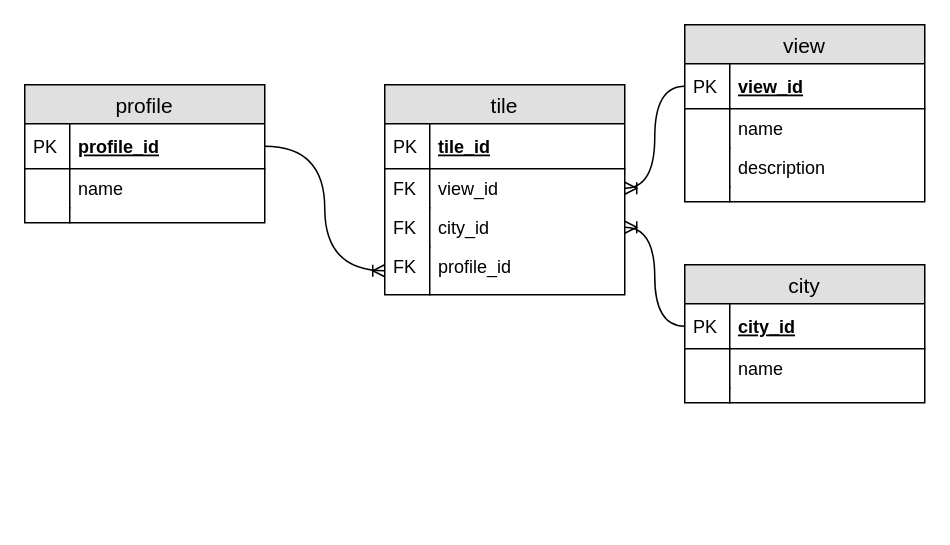
Above: docs/final_er.drawio in dmacc-csl/cis164-f19-team-b (draw.io), before the change. Source tidied: cells renumbered, new cells numbered last; positions are measured from the earlier drawing's top-left corner, leaving out a move shared by most shapes. Both pictures are drawn from the tidied source at 150%, with x=0, y=0 at pixel (24, 24).
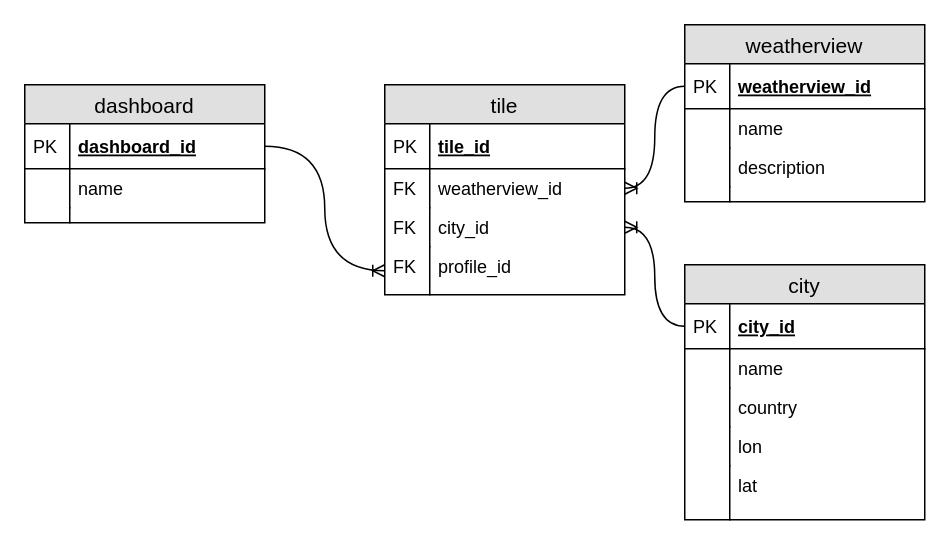
The same page after the edit.

The change refers to these unchanged cells:
```xml
<mxCell id="18" value="tile" style="swimlane;fontStyle=0;horizontal=1;startSize=26;fillColor=#e0e0e0;swimlaneFillColor=#ffffff;align=center;fontSize=14;" parent="1" vertex="1">
  <mxGeometry x="240" y="40" width="160" height="140" as="geometry" />
</mxCell>
```

What changed in the source:
```diff
@@
-    <mxCell id="2" value="view" style="swimlane;fontStyle=0;horizontal=1;startSize=26;fillColor=#e0e0e0;swimlaneFillColor=#ffffff;align=center;fontSize=14;" parent="1" vertex="1">
+    <mxCell id="2" value="weatherview" style="swimlane;fontStyle=0;horizontal=1;startSize=26;fillColor=#e0e0e0;swimlaneFillColor=#ffffff;align=center;fontSize=14;" parent="1" vertex="1">
       <mxGeometry x="440" width="160" height="118" as="geometry" />
     </mxCell>
-    <mxCell id="3" value="view_id" style="shape=partialRectangle;top=0;left=0;right=0;bottom=1;align=left;verticalAlign=middle;fillColor=none;spacingLeft=34;spacingRight=4;overflow=hidden;points=[[0,0.5],[1,0.5]];portConstraint=eastwest;fontStyle=5;fontSize=12;" parent="2" vertex="1">
+    <mxCell id="3" value="weatherview_id" style="shape=partialRectangle;top=0;left=0;right=0;bottom=1;align=left;verticalAlign=middle;fillColor=none;spacingLeft=34;spacingRight=4;overflow=hidden;points=[[0,0.5],[1,0.5]];portConstraint=eastwest;fontStyle=5;fontSize=12;" parent="2" vertex="1">
       <mxGeometry y="26" width="160" height="30" as="geometry" />
     </mxCell>
@@
     <mxCell id="11" value="city" style="swimlane;fontStyle=0;horizontal=1;startSize=26;fillColor=#e0e0e0;swimlaneFillColor=#ffffff;align=center;fontSize=14;" parent="1" vertex="1">
-      <mxGeometry x="440" y="160" width="160" height="92" as="geometry" />
+      <mxGeometry x="440" y="160" width="160" height="170" as="geometry" />
     </mxCell>
@@
-    <mxCell id="16" style="shape=partialRectangle;top=0;left=0;right=0;bottom=0;align=left;verticalAlign=top;fillColor=none;spacingLeft=34;spacingRight=4;overflow=hidden;fontSize=12;" parent="11" vertex="1">
-      <mxGeometry y="82" width="160" height="10" as="geometry" />
-    </mxCell>
-    <mxCell id="17" style="shape=partialRectangle;top=0;left=0;bottom=0;fillColor=none;align=left;verticalAlign=top;spacingLeft=4;spacingRight=4;overflow=hidden;fontSize=12;" parent="16" vertex="1">
-      <mxGeometry width="30" height="10" as="geometry" />
-    </mxCell>
+    <mxCell id="37" value="country" style="shape=partialRectangle;top=0;left=0;right=0;bottom=0;align=left;verticalAlign=top;fillColor=none;spacingLeft=34;spacingRight=4;overflow=hidden;fontSize=12;" parent="11" vertex="1">
+      <mxGeometry y="82" width="160" height="26" as="geometry" />
+    </mxCell>
+    <mxCell id="38" style="shape=partialRectangle;top=0;left=0;bottom=0;fillColor=none;align=left;verticalAlign=top;spacingLeft=4;spacingRight=4;overflow=hidden;fontSize=12;" parent="37" vertex="1">
+      <mxGeometry width="30" height="26" as="geometry" />
+    </mxCell>
+    <mxCell id="39" value="lon" style="shape=partialRectangle;top=0;left=0;right=0;bottom=0;align=left;verticalAlign=top;fillColor=none;spacingLeft=34;spacingRight=4;overflow=hidden;fontSize=12;" parent="11" vertex="1">
+      <mxGeometry y="108" width="160" height="26" as="geometry" />
+    </mxCell>
+    <mxCell id="40" style="shape=partialRectangle;top=0;left=0;bottom=0;fillColor=none;align=left;verticalAlign=top;spacingLeft=4;spacingRight=4;overflow=hidden;fontSize=12;" parent="39" vertex="1">
+      <mxGeometry width="30" height="26" as="geometry" />
+    </mxCell>
+    <mxCell id="41" value="lat" style="shape=partialRectangle;top=0;left=0;right=0;bottom=0;align=left;verticalAlign=top;fillColor=none;spacingLeft=34;spacingRight=4;overflow=hidden;fontSize=12;" parent="11" vertex="1">
+      <mxGeometry y="134" width="160" height="36" as="geometry" />
+    </mxCell>
+    <mxCell id="42" style="shape=partialRectangle;top=0;left=0;bottom=0;fillColor=none;align=left;verticalAlign=top;spacingLeft=4;spacingRight=4;overflow=hidden;fontSize=12;" parent="41" vertex="1">
+      <mxGeometry width="30" height="36" as="geometry" />
+    </mxCell>
@@
-    <mxCell id="21" value="view_id" style="shape=partialRectangle;top=0;left=0;right=0;bottom=0;align=left;verticalAlign=top;fillColor=none;spacingLeft=34;spacingRight=4;overflow=hidden;points=[[0,0.5],[1,0.5]];portConstraint=eastwest;fontSize=12;" parent="18" vertex="1">
+    <mxCell id="21" value="weatherview_id" style="shape=partialRectangle;top=0;left=0;right=0;bottom=0;align=left;verticalAlign=top;fillColor=none;spacingLeft=34;spacingRight=4;overflow=hidden;points=[[0,0.5],[1,0.5]];portConstraint=eastwest;fontSize=12;" parent="18" vertex="1">
       <mxGeometry y="56" width="160" height="26" as="geometry" />
     </mxCell>
@@
-    <mxCell id="27" value="profile" style="swimlane;fontStyle=0;horizontal=1;startSize=26;fillColor=#e0e0e0;swimlaneFillColor=#ffffff;align=center;fontSize=14;" parent="1" vertex="1">
+    <mxCell id="27" value="dashboard" style="swimlane;fontStyle=0;horizontal=1;startSize=26;fillColor=#e0e0e0;swimlaneFillColor=#ffffff;align=center;fontSize=14;" parent="1" vertex="1">
       <mxGeometry y="40" width="160" height="92" as="geometry" />
     </mxCell>
-    <mxCell id="28" value="profile_id" style="shape=partialRectangle;top=0;left=0;right=0;bottom=1;align=left;verticalAlign=middle;fillColor=none;spacingLeft=34;spacingRight=4;overflow=hidden;points=[[0,0.5],[1,0.5]];portConstraint=eastwest;fontStyle=5;fontSize=12;" parent="27" vertex="1">
+    <mxCell id="28" value="dashboard_id" style="shape=partialRectangle;top=0;left=0;right=0;bottom=1;align=left;verticalAlign=middle;fillColor=none;spacingLeft=34;spacingRight=4;overflow=hidden;points=[[0,0.5],[1,0.5]];portConstraint=eastwest;fontStyle=5;fontSize=12;" parent="27" vertex="1">
       <mxGeometry y="26" width="160" height="30" as="geometry" />
     </mxCell>
```
